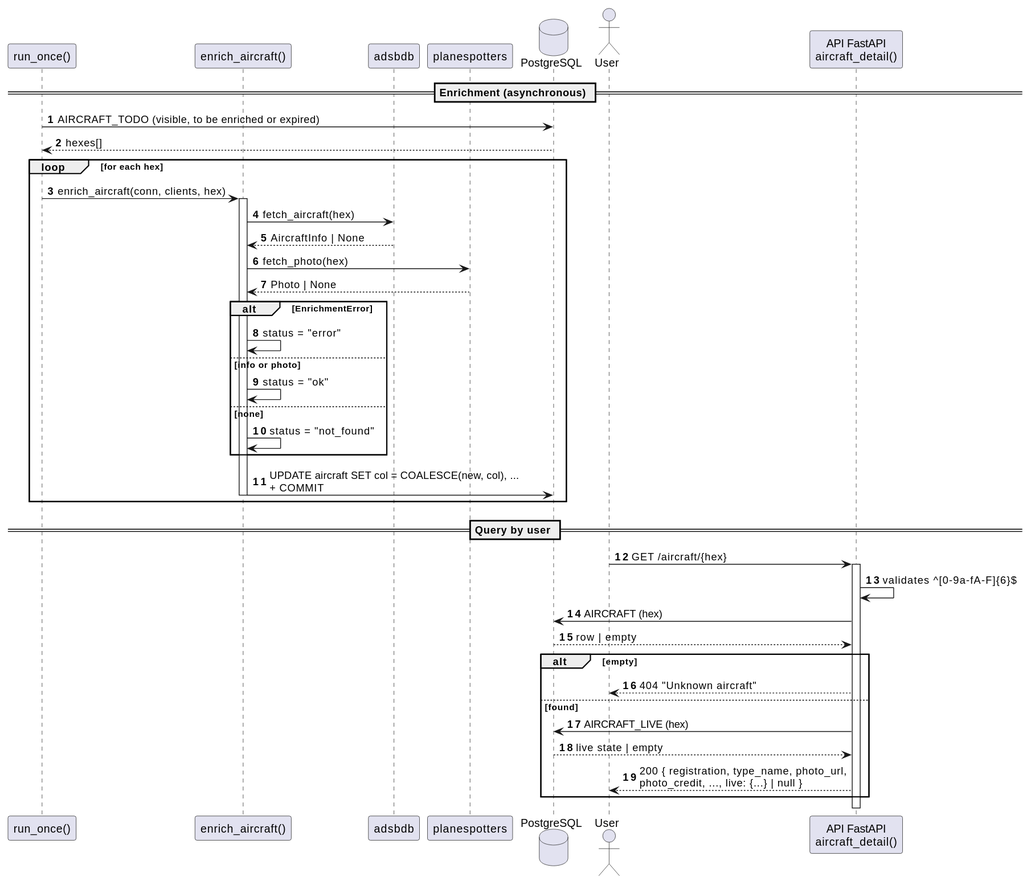
miguelsiilva1/SkyTracer keeps this PlantUML diagram as docs/system-documentation/use-cases/US04/svg/sd_us04.svg. Above is the earlier version.
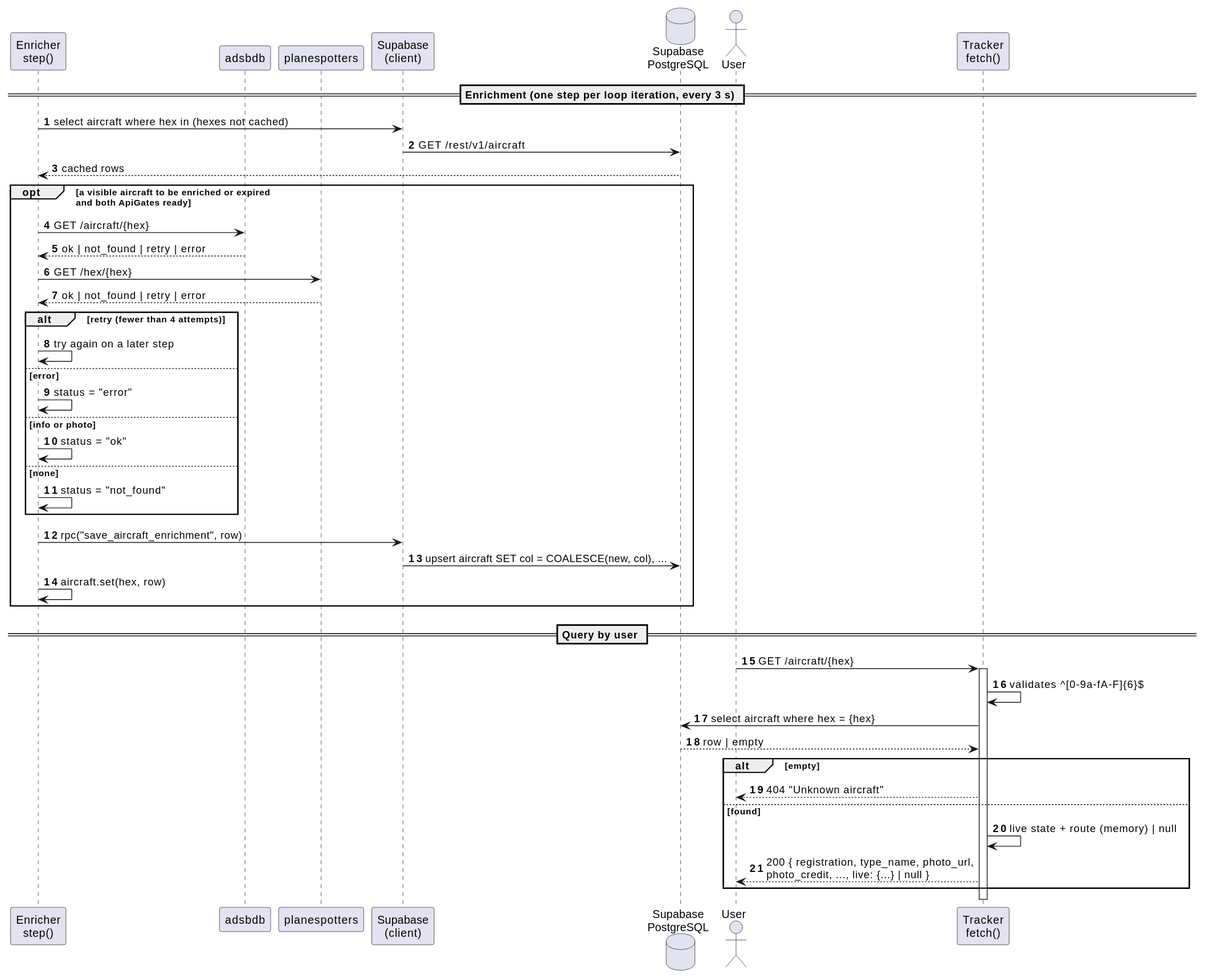
Above is the later version.

Diff of the diagram source:
```diff
@@ -1,45 +1,46 @@
 @startuml
 autonumber
-participant "run_once()" as W
-participant "enrich_aircraft()" as EA
+participant "Enricher\nstep()" as E
 participant "adsbdb" as A
 participant "planespotters" as P
-database "PostgreSQL" as DB
+participant "Supabase\n(client)" as S
+database "Supabase\nPostgreSQL" as DB
 actor "User" as U
-participant "API FastAPI\naircraft_detail()" as API
+participant "Tracker\nfetch()" as API
 
-== Enrichment (asynchronous) ==
-W -> DB : AIRCRAFT_TODO (visible, to be enriched or expired)
-DB --> W : hexes[]
-loop for each hex
-  W -> EA : enrich_aircraft(conn, clients, hex)
-  activate EA
-  EA -> A : fetch_aircraft(hex)
-  A --> EA : AircraftInfo | None
-  EA -> P : fetch_photo(hex)
-  P --> EA : Photo | None
-  alt EnrichmentError
-    EA -> EA : status = "error"
+== Enrichment (one step per loop iteration, every 3 s) ==
+E -> S : select aircraft where hex in (hexes not cached)
+S -> DB : GET /rest/v1/aircraft
+DB --> E : cached rows
+opt a visible aircraft to be enriched or expired\nand both ApiGates ready
+  E -> A : GET /aircraft/{hex}
+  A --> E : ok | not_found | retry | error
+  E -> P : GET /hex/{hex}
+  P --> E : ok | not_found | retry | error
+  alt retry (fewer than 4 attempts)
+    E -> E : try again on a later step
+  else error
+    E -> E : status = "error"
   else info or photo
-    EA -> EA : status = "ok"
+    E -> E : status = "ok"
   else none
-    EA -> EA : status = "not_found"
+    E -> E : status = "not_found"
   end
-  EA -> DB : UPDATE aircraft SET col = COALESCE(new, col), ...\n+ COMMIT
-  deactivate EA
+  E -> S : rpc("save_aircraft_enrichment", row)
+  S -> DB : upsert aircraft SET col = COALESCE(new, col), ...
+  E -> E : aircraft.set(hex, row)
 end
 
 == Query by user ==
 U -> API : GET /aircraft/{hex}
 activate API
 API -> API : validates ^[0-9a-fA-F]{6}$
-API -> DB : AIRCRAFT (hex)
+API -> DB : select aircraft where hex = {hex}
 DB --> API : row | empty
 alt empty
   API --> U : 404 "Unknown aircraft"
 else found
-  API -> DB : AIRCRAFT_LIVE (hex)
-  DB --> API : live state | empty
+  API -> API : live state + route (memory) | null
   API --> U : 200 { registration, type_name, photo_url,\nphoto_credit, ..., live: {...} | null }
 end
 deactivate API
```
